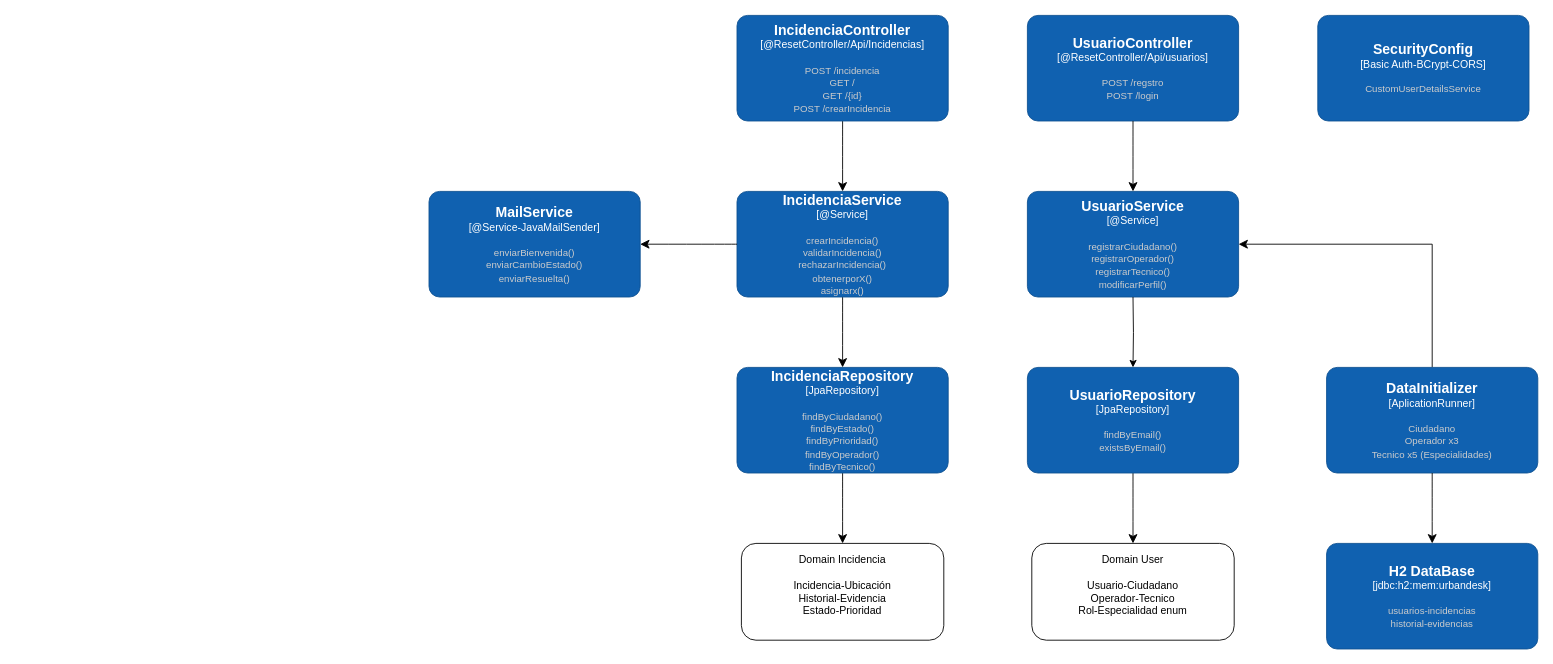
Before: Diagrams/DiagramaC4(Nivel3).drawio in javimoralesg/UrbanDesk, a draw.io diagram. Source tidied: cells renumbered, new cells numbered last; positions are measured from the earlier drawing's top-left corner, leaving out a move shared by most shapes. Both pictures are drawn from the tidied source at 88%, with x=0, y=0 at pixel (429, 15).
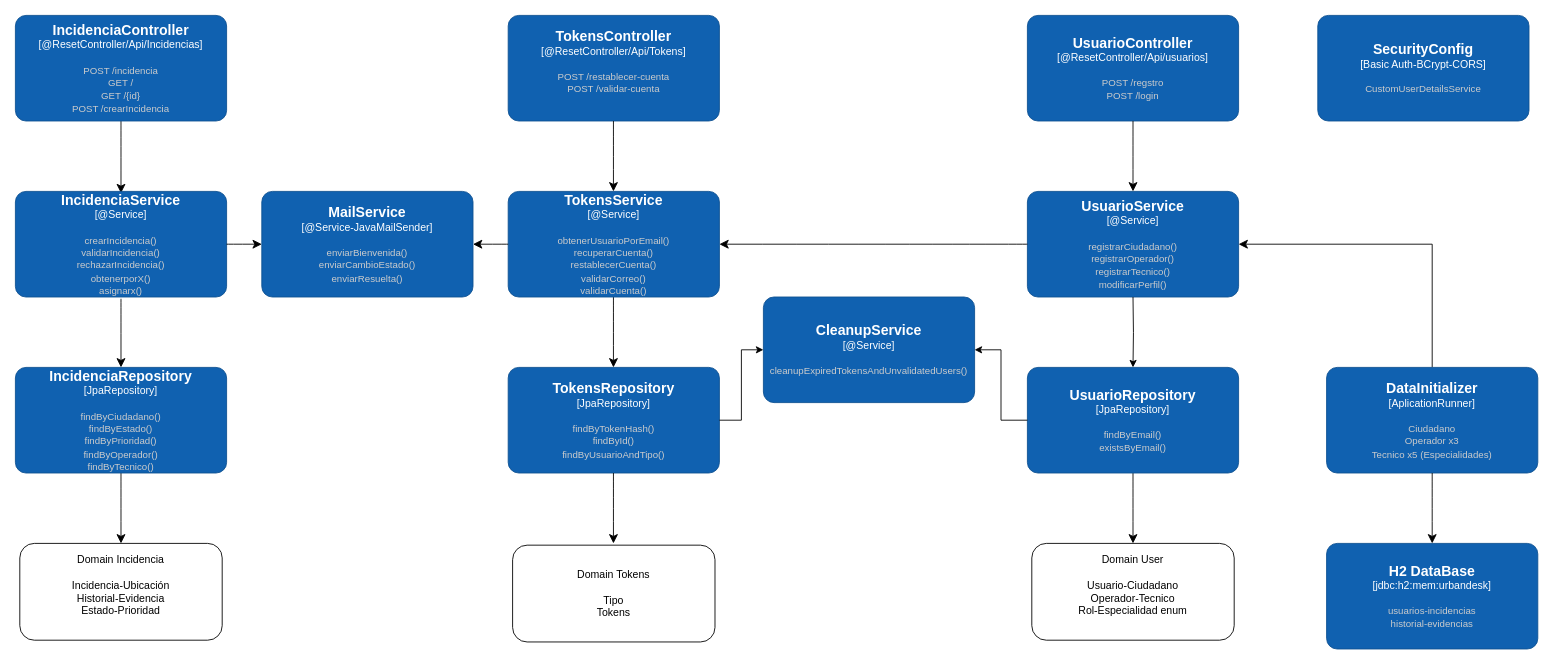
The same diagram, later.

Unchanged cells that the change refers to:
```xml
<object id="9" label="&lt;font style=&quot;font-size: 16px&quot;&gt;&lt;b&gt;%c4Name%&lt;/b&gt;&lt;/font&gt;&lt;div&gt;[%c4Type%]&lt;/div&gt;&lt;br&gt;&lt;div&gt;&lt;font style=&quot;font-size: 11px&quot;&gt;&lt;font color=&quot;#cccccc&quot;&gt;%c4Description%&lt;/font&gt;&lt;/div&gt;" c4Description="POST /regstro&#10;POST /login" c4Name="UsuarioController" c4Type="@ResetController/Api/usuarios" placeholders="1">
  <mxCell style="rounded=1;whiteSpace=wrap;html=1;labelBackgroundColor=none;fillColor=#1061B0;fontColor=#ffffff;align=center;arcSize=10;strokeColor=#0D5091;points=[[0.25,0,0],[0.5,0,0],[0.75,0,0],[1,0.25,0],[1,0.5,0],[1,0.75,0],[0.75,1,0],[0.5,1,0],[0.25,1,0],[0,0.75,0],[0,0.5,0],[0,0.25,0]];" parent="1" vertex="1">
    <mxGeometry x="680" width="240" height="120" as="geometry" />
  </mxCell>
</object>
<object id="10" label="&lt;font style=&quot;font-size: 16px&quot;&gt;&lt;b&gt;%c4Name%&lt;/b&gt;&lt;/font&gt;&lt;div&gt;[%c4Type%]&lt;/div&gt;&lt;br&gt;&lt;div&gt;&lt;font style=&quot;font-size: 11px&quot;&gt;&lt;font color=&quot;#cccccc&quot;&gt;%c4Description%&lt;/font&gt;&lt;/div&gt;" c4Description="registrarCiudadano()&#10;registrarOperador()&#10;registrarTecnico()&#10;modificarPerfil()" c4Name="UsuarioService" c4Type="@Service" placeholders="1">
  <mxCell style="rounded=1;whiteSpace=wrap;html=1;labelBackgroundColor=none;fillColor=#1061B0;fontColor=#ffffff;align=center;arcSize=10;strokeColor=#0D5091;points=[[0.25,0,0],[0.5,0,0],[0.75,0,0],[1,0.25,0],[1,0.5,0],[1,0.75,0],[0.75,1,0],[0.5,1,0],[0.25,1,0],[0,0.75,0],[0,0.5,0],[0,0.25,0]];" parent="1" vertex="1">
    <mxGeometry x="680" y="200" width="240" height="120" as="geometry" />
  </mxCell>
</object>
<object id="13" label="&lt;font style=&quot;font-size: 16px&quot;&gt;&lt;b&gt;%c4Name%&lt;/b&gt;&lt;/font&gt;&lt;div&gt;[%c4Type%]&lt;/div&gt;&lt;br&gt;&lt;div&gt;&lt;font style=&quot;font-size: 11px&quot;&gt;&lt;font color=&quot;#cccccc&quot;&gt;%c4Description%&lt;/font&gt;&lt;/div&gt;" c4Description="findByEmail()&#10;existsByEmail()" c4Name="UsuarioRepository" c4Type="JpaRepository" placeholders="1">
  <mxCell style="rounded=1;whiteSpace=wrap;html=1;labelBackgroundColor=none;fillColor=#1061B0;fontColor=#ffffff;align=center;arcSize=10;strokeColor=#0D5091;points=[[0.25,0,0],[0.5,0,0],[0.75,0,0],[1,0.25,0],[1,0.5,0],[1,0.75,0],[0.75,1,0],[0.5,1,0],[0.25,1,0],[0,0.75,0],[0,0.5,0],[0,0.25,0]];" parent="1" vertex="1">
    <mxGeometry x="680" y="400" width="240" height="120" as="geometry" />
  </mxCell>
</object>
```

Diff of the diagram source:
```diff
@@
     <mxCell id="2" value="&lt;div&gt;Domain Incidencia&lt;/div&gt;&lt;div&gt;&lt;br&gt;&lt;/div&gt;&lt;div&gt;Incidencia-Ubicación&lt;br&gt;Historial-Evidencia&lt;br&gt;Estado-Prioridad&lt;/div&gt;&lt;div&gt;&lt;br&gt;&lt;/div&gt;" style="rounded=1;whiteSpace=wrap;html=1;" parent="1" vertex="1">
-      <mxGeometry x="355" y="600" width="230" height="110" as="geometry" />
+      <mxGeometry x="-465" y="600" width="230" height="110" as="geometry" />
     </mxCell>
@@
-    <mxCell id="11" style="edgeStyle=orthogonalEdgeStyle;rounded=0;jettySize=auto;html=1;" parent="1" edge="1" target="13">
-      <mxGeometry relative="1" as="geometry">
-        <mxPoint x="800" y="320" as="sourcePoint" />
-      </mxGeometry>
-    </mxCell>
+    <mxCell id="23" style="edgeStyle=orthogonalEdgeStyle;rounded=0;jettySize=auto;html=1;" parent="1" edge="1" target="13">
+      <mxGeometry relative="1" as="geometry">
+        <mxPoint x="800" y="320" as="sourcePoint" />
+      </mxGeometry>
+    </mxCell>
@@
-    <mxCell id="14" style="edgeStyle=none;curved=1;rounded=0;jettySize=auto;html=1;fontSize=12;startSize=8;endSize=8;" parent="1" edge="1" source="15" target="17">
-      <mxGeometry relative="1" as="geometry" />
-    </mxCell>
+    <mxCell id="24" style="edgeStyle=none;curved=1;rounded=0;jettySize=auto;html=1;fontSize=12;startSize=8;endSize=8;" parent="1" edge="1" source="15">
+      <mxGeometry relative="1" as="geometry">
+        <mxPoint x="-350" y="202" as="targetPoint" />
+      </mxGeometry>
+    </mxCell>
     <object id="15" label="&lt;font style=&quot;font-size: 16px&quot;&gt;&lt;b&gt;%c4Name%&lt;/b&gt;&lt;/font&gt;&lt;div&gt;[%c4Type%]&lt;/div&gt;&lt;br&gt;&lt;div&gt;&lt;font style=&quot;font-size: 11px&quot;&gt;&lt;font color=&quot;#cccccc&quot;&gt;%c4Description%&lt;/font&gt;&lt;/div&gt;" c4Description="POST /incidencia&#10;GET /&#10;GET /{id}&#10;POST /crearIncidencia&#10;" c4Name="IncidenciaController" c4Type="@ResetController/Api/Incidencias" placeholders="1">
       <mxCell style="rounded=1;whiteSpace=wrap;html=1;labelBackgroundColor=none;fillColor=#1061B0;fontColor=#ffffff;align=center;arcSize=10;strokeColor=#0D5091;points=[[0.25,0,0],[0.5,0,0],[0.75,0,0],[1,0.25,0],[1,0.5,0],[1,0.75,0],[0.75,1,0],[0.5,1,0],[0.25,1,0],[0,0.75,0],[0,0.5,0],[0,0.25,0]];" parent="1" vertex="1">
-        <mxGeometry x="350" width="240" height="120" as="geometry" />
+        <mxGeometry x="-470" width="240" height="120" as="geometry" />
       </mxCell>
     </object>
-    <mxCell id="16" style="edgeStyle=none;curved=1;rounded=0;jettySize=auto;html=1;fontSize=12;startSize=8;endSize=8;" parent="1" edge="1" source="17" target="19">
-      <mxGeometry relative="1" as="geometry" />
-    </mxCell>
-    <object id="17" label="&lt;font style=&quot;font-size: 16px&quot;&gt;&lt;b&gt;%c4Name%&lt;/b&gt;&lt;/font&gt;&lt;div&gt;[%c4Type%]&lt;/div&gt;&lt;br&gt;&lt;div&gt;&lt;font style=&quot;font-size: 11px&quot;&gt;&lt;font color=&quot;#cccccc&quot;&gt;%c4Description%&lt;/font&gt;&lt;/div&gt;" c4Description="crearIncidencia()&#10;validarIncidencia()&#10;rechazarIncidencia()&#10;obtenerporX()&#10;asignarx()" c4Name="IncidenciaService" c4Type="@Service" placeholders="1">
-      <mxCell style="rounded=1;whiteSpace=wrap;html=1;labelBackgroundColor=none;fillColor=#1061B0;fontColor=#ffffff;align=center;arcSize=10;strokeColor=#0D5091;points=[[0.25,0,0],[0.5,0,0],[0.75,0,0],[1,0.25,0],[1,0.5,0],[1,0.75,0],[0.75,1,0],[0.5,1,0],[0.25,1,0],[0,0.75,0],[0,0.5,0],[0,0.25,0]];" parent="1" vertex="1">
-        <mxGeometry x="350" y="200" width="240" height="120" as="geometry" />
-      </mxCell>
-    </object>
+    <mxCell id="25" style="edgeStyle=none;curved=1;rounded=0;jettySize=auto;html=1;fontSize=12;startSize=8;endSize=8;" parent="1" edge="1" target="19">
+      <mxGeometry relative="1" as="geometry">
+        <mxPoint x="-350" y="322" as="sourcePoint" />
+      </mxGeometry>
+    </mxCell>
@@
     <object id="19" label="&lt;font style=&quot;font-size: 16px&quot;&gt;&lt;b&gt;%c4Name%&lt;/b&gt;&lt;/font&gt;&lt;div&gt;[%c4Type%]&lt;/div&gt;&lt;br&gt;&lt;div&gt;&lt;font style=&quot;font-size: 11px&quot;&gt;&lt;font color=&quot;#cccccc&quot;&gt;%c4Description%&lt;/font&gt;&lt;/div&gt;" c4Description="findByCiudadano()&#10;findByEstado()&#10;findByPrioridad()&#10;findByOperador()&#10;findByTecnico()" c4Name="IncidenciaRepository" c4Type="JpaRepository" placeholders="1">
       <mxCell style="rounded=1;whiteSpace=wrap;html=1;labelBackgroundColor=none;fillColor=#1061B0;fontColor=#ffffff;align=center;arcSize=10;strokeColor=#0D5091;points=[[0.25,0,0],[0.5,0,0],[0.75,0,0],[1,0.25,0],[1,0.5,0],[1,0.75,0],[0.75,1,0],[0.5,1,0],[0.25,1,0],[0,0.75,0],[0,0.5,0],[0,0.25,0]];" parent="1" vertex="1">
-        <mxGeometry x="350" y="400" width="240" height="120" as="geometry" />
+        <mxGeometry x="-470" y="400" width="240" height="120" as="geometry" />
       </mxCell>
     </object>
+    <mxCell id="22" style="edgeStyle=none;curved=1;rounded=0;jettySize=auto;html=1;entryX=0.5;entryY=0;entryDx=0;entryDy=0;entryPerimeter=0;fontSize=12;startSize=8;endSize=8;" parent="1" edge="1" source="9" target="10">
+      <mxGeometry relative="1" as="geometry" />
+    </mxCell>
+    <object id="26" label="&lt;font style=&quot;font-size: 16px&quot;&gt;&lt;b&gt;%c4Name%&lt;/b&gt;&lt;/font&gt;&lt;div&gt;[%c4Type%]&lt;/div&gt;&lt;br&gt;&lt;div&gt;&lt;font style=&quot;font-size: 11px&quot;&gt;&lt;font color=&quot;#cccccc&quot;&gt;%c4Description%&lt;/font&gt;&lt;/div&gt;" c4Description="POST /restablecer-cuenta&#10;POST /validar-cuenta&#10;&#10;" c4Name="TokensController" c4Type="@ResetController/Api/Tokens" placeholders="1">
+      <mxCell style="rounded=1;whiteSpace=wrap;html=1;labelBackgroundColor=none;fillColor=#1061B0;fontColor=#ffffff;align=center;arcSize=10;strokeColor=#0D5091;" parent="1" vertex="1">
+        <mxGeometry x="90" width="240" height="120" as="geometry" />
+      </mxCell>
+    </object>
+    <object id="27" label="&lt;font style=&quot;font-size: 16px&quot;&gt;&lt;b&gt;%c4Name%&lt;/b&gt;&lt;/font&gt;&lt;div&gt;[%c4Type%]&lt;/div&gt;&lt;br&gt;&lt;div&gt;&lt;font style=&quot;font-size: 11px&quot;&gt;&lt;font color=&quot;#cccccc&quot;&gt;%c4Description%&lt;/font&gt;&lt;/div&gt;" c4Description="findByTokenHash()&#10;findById()&#10;findByUsuarioAndTipo()" c4Name="TokensRepository" c4Type="JpaRepository" placeholders="1">
+      <mxCell style="rounded=1;whiteSpace=wrap;html=1;labelBackgroundColor=none;fillColor=#1061B0;fontColor=#ffffff;align=center;arcSize=10;strokeColor=#0D5091;points=[[0.25,0,0],[0.5,0,0],[0.75,0,0],[1,0.25,0],[1,0.5,0],[1,0.75,0],[0.75,1,0],[0.5,1,0],[0.25,1,0],[0,0.75,0],[0,0.5,0],[0,0.25,0]];" parent="1" vertex="1">
+        <mxGeometry x="90" y="400" width="240" height="120" as="geometry" />
+      </mxCell>
+    </object>
+    <mxCell id="28" value="&lt;div&gt;Domain Tokens&lt;/div&gt;&lt;div&gt;&lt;br&gt;&lt;/div&gt;&lt;div&gt;Tipo&lt;br&gt;Tokens&lt;br&gt;&lt;/div&gt;" style="rounded=1;whiteSpace=wrap;html=1;" parent="1" vertex="1">
+      <mxGeometry x="95" y="602" width="230" height="110" as="geometry" />
+    </mxCell>
+    <mxCell id="29" style="edgeStyle=none;curved=1;rounded=0;orthogonalLoop=1;jettySize=auto;html=1;entryX=0.5;entryY=0;entryDx=0;entryDy=0;fontSize=12;startSize=8;endSize=8;" parent="1" edge="1">
+      <mxGeometry relative="1" as="geometry">
+        <mxPoint x="209.6" y="520" as="sourcePoint" />
+        <mxPoint x="209.6" y="600" as="targetPoint" />
+      </mxGeometry>
+    </mxCell>
+    <mxCell id="30" style="edgeStyle=none;curved=1;rounded=0;orthogonalLoop=1;jettySize=auto;html=1;fontSize=12;startSize=8;endSize=8;" parent="1" edge="1">
+      <mxGeometry relative="1" as="geometry">
+        <mxPoint x="209.6" y="320" as="sourcePoint" />
+        <mxPoint x="209.6" y="400" as="targetPoint" />
+      </mxGeometry>
+    </mxCell>
+    <mxCell id="31" style="edgeStyle=none;curved=1;rounded=0;orthogonalLoop=1;jettySize=auto;html=1;fontSize=12;startSize=8;endSize=8;" parent="1" edge="1">
+      <mxGeometry relative="1" as="geometry">
+        <mxPoint x="209.6" y="120" as="sourcePoint" />
+        <mxPoint x="209.6" y="200" as="targetPoint" />
+      </mxGeometry>
+    </mxCell>
+    <object id="17" label="&lt;font style=&quot;font-size: 16px&quot;&gt;&lt;b&gt;%c4Name%&lt;/b&gt;&lt;/font&gt;&lt;div&gt;[%c4Type%]&lt;/div&gt;&lt;br&gt;&lt;div&gt;&lt;font style=&quot;font-size: 11px&quot;&gt;&lt;font color=&quot;#cccccc&quot;&gt;%c4Description%&lt;/font&gt;&lt;/div&gt;" c4Description="crearIncidencia()&#10;validarIncidencia()&#10;rechazarIncidencia()&#10;obtenerporX()&#10;asignarx()" c4Name="IncidenciaService" c4Type="@Service" placeholders="1">
+      <mxCell style="rounded=1;whiteSpace=wrap;html=1;labelBackgroundColor=none;fillColor=#1061B0;fontColor=#ffffff;align=center;arcSize=10;strokeColor=#0D5091;points=[[0.25,0,0],[0.5,0,0],[0.75,0,0],[1,0.25,0],[1,0.5,0],[1,0.75,0],[0.75,1,0],[0.5,1,0],[0.25,1,0],[0,0.75,0],[0,0.5,0],[0,0.25,0]];" parent="1" vertex="1">
+        <mxGeometry x="-470" y="200" width="240" height="120" as="geometry" />
+      </mxCell>
+    </object>
+    <object id="32" label="&lt;font style=&quot;font-size: 16px&quot;&gt;&lt;b&gt;%c4Name%&lt;/b&gt;&lt;/font&gt;&lt;div&gt;[%c4Type%]&lt;/div&gt;&lt;br&gt;&lt;div&gt;&lt;font style=&quot;font-size: 11px&quot;&gt;&lt;font color=&quot;#cccccc&quot;&gt;%c4Description%&lt;/font&gt;&lt;/div&gt;" c4Description="obtenerUsuarioPorEmail()&#10;recuperarCuenta()&#10;restablecerCuenta()&#10;validarCorreo()&#10;validarCuenta()" c4Name="TokensService" c4Type="@Service" placeholders="1">
+      <mxCell style="rounded=1;whiteSpace=wrap;html=1;labelBackgroundColor=none;fillColor=#1061B0;fontColor=#ffffff;align=center;arcSize=10;strokeColor=#0D5091;points=[[0.25,0,0],[0.5,0,0],[0.75,0,0],[1,0.25,0],[1,0.5,0],[1,0.75,0],[0.75,1,0],[0.5,1,0],[0.25,1,0],[0,0.75,0],[0,0.5,0],[0,0.25,0]];" parent="1" vertex="1">
+        <mxGeometry x="90" y="200" width="240" height="120" as="geometry" />
+      </mxCell>
+    </object>
+    <mxCell id="33" style="edgeStyle=none;curved=1;rounded=0;jettySize=auto;html=1;entryX=1;entryY=0.5;entryDx=0;entryDy=0;entryPerimeter=0;fontSize=12;startSize=8;endSize=8;exitX=0;exitY=0.5;exitDx=0;exitDy=0;exitPerimeter=0;" parent="1" edge="1" source="10" target="32">
+      <mxGeometry relative="1" as="geometry" />
+    </mxCell>
     <object id="20" label="&lt;font style=&quot;font-size: 16px&quot;&gt;&lt;b&gt;%c4Name%&lt;/b&gt;&lt;/font&gt;&lt;div&gt;[%c4Type%]&lt;/div&gt;&lt;br&gt;&lt;div&gt;&lt;font style=&quot;font-size: 11px&quot;&gt;&lt;font color=&quot;#cccccc&quot;&gt;%c4Description%&lt;/font&gt;&lt;/div&gt;" c4Description="enviarBienvenida()&#10;enviarCambioEstado()&#10;enviarResuelta()" c4Name="MailService" c4Type="@Service-JavaMailSender" placeholders="1">
       <mxCell style="rounded=1;whiteSpace=wrap;html=1;labelBackgroundColor=none;fillColor=#1061B0;fontColor=#ffffff;align=center;arcSize=10;strokeColor=#0D5091;points=[[0.25,0,0],[0.5,0,0],[0.75,0,0],[1,0.25,0],[1,0.5,0],[1,0.75,0],[0.75,1,0],[0.5,1,0],[0.25,1,0],[0,0.75,0],[0,0.5,0],[0,0.25,0]];" parent="1" vertex="1">
-        <mxGeometry y="200" width="240" height="120" as="geometry" />
+        <mxGeometry x="-190" y="200" width="240" height="120" as="geometry" />
       </mxCell>
     </object>
-    <mxCell id="21" style="edgeStyle=none;curved=1;rounded=0;jettySize=auto;html=1;entryX=1;entryY=0.5;entryDx=0;entryDy=0;entryPerimeter=0;fontSize=12;startSize=8;endSize=8;" parent="1" edge="1" source="17" target="20">
+    <mxCell id="21" style="edgeStyle=none;curved=1;rounded=0;jettySize=auto;html=1;fontSize=12;startSize=8;endSize=8;exitX=1;exitY=0.5;exitDx=0;exitDy=0;exitPerimeter=0;entryX=0;entryY=0.5;entryDx=0;entryDy=0;entryPerimeter=0;" parent="1" edge="1" source="17" target="20">
       <mxGeometry relative="1" as="geometry" />
     </mxCell>
-    <mxCell id="22" style="edgeStyle=none;curved=1;rounded=0;jettySize=auto;html=1;entryX=0.5;entryY=0;entryDx=0;entryDy=0;entryPerimeter=0;fontSize=12;startSize=8;endSize=8;" parent="1" edge="1" source="9" target="10">
-      <mxGeometry relative="1" as="geometry" />
-    </mxCell>
+    <mxCell id="34" style="edgeStyle=none;curved=1;rounded=0;jettySize=auto;html=1;fontSize=12;startSize=8;endSize=8;exitX=0;exitY=0.5;exitDx=0;exitDy=0;exitPerimeter=0;entryX=1;entryY=0.5;entryDx=0;entryDy=0;entryPerimeter=0;" parent="1" edge="1" source="32" target="20">
+      <mxGeometry relative="1" as="geometry" />
+    </mxCell>
+    <object id="35" label="&lt;font style=&quot;font-size: 16px&quot;&gt;&lt;b&gt;%c4Name%&lt;/b&gt;&lt;/font&gt;&lt;div&gt;[%c4Type%]&lt;/div&gt;&lt;br&gt;&lt;div&gt;&lt;font style=&quot;font-size: 11px&quot;&gt;&lt;font color=&quot;#cccccc&quot;&gt;%c4Description%&lt;/font&gt;&lt;/div&gt;" c4Description="cleanupExpiredTokensAndUnvalidatedUsers()" c4Name="CleanupService" c4Type="@Service" placeholders="1">
+      <mxCell style="rounded=1;whiteSpace=wrap;html=1;labelBackgroundColor=none;fillColor=#1061B0;fontColor=#ffffff;align=center;arcSize=10;strokeColor=#0D5091;points=[[0.25,0,0],[0.5,0,0],[0.75,0,0],[1,0.25,0],[1,0.5,0],[1,0.75,0],[0.75,1,0],[0.5,1,0],[0.25,1,0],[0,0.75,0],[0,0.5,0],[0,0.25,0]];" parent="1" vertex="1">
+        <mxGeometry x="380" y="320" width="240" height="120" as="geometry" />
+      </mxCell>
+    </object>
+    <mxCell id="36" style="edgeStyle=orthogonalEdgeStyle;rounded=0;jettySize=auto;html=1;exitX=0;exitY=0.5;exitDx=0;exitDy=0;exitPerimeter=0;entryX=1;entryY=0.5;entryDx=0;entryDy=0;entryPerimeter=0;" parent="1" edge="1" source="13" target="35">
+      <mxGeometry relative="1" as="geometry" />
+    </mxCell>
+    <mxCell id="37" style="edgeStyle=orthogonalEdgeStyle;rounded=0;jettySize=auto;html=1;exitX=1;exitY=0.5;exitDx=0;exitDy=0;exitPerimeter=0;entryX=0;entryY=0.5;entryDx=0;entryDy=0;entryPerimeter=0;" parent="1" edge="1" source="27" target="35">
+      <mxGeometry relative="1" as="geometry" />
+    </mxCell>
```
